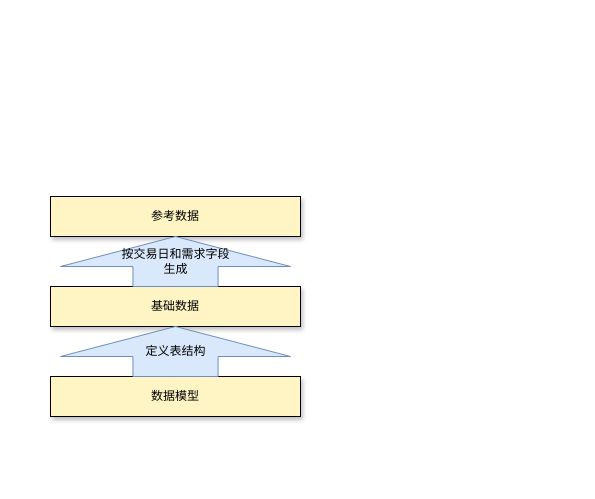
The draw.io diagram page "Param Center-1" (7 of 8) of 交易系统升级流图 (2).drawio in gotrade/gotrade, before the edit. Source tidied: cells renumbered, new cells numbered last; positions are measured from the earlier drawing's top-left corner, leaving out a move shared by most shapes. Both pictures are drawn from the tidied source at 100%, with x=0, y=0 at pixel (50, 196).
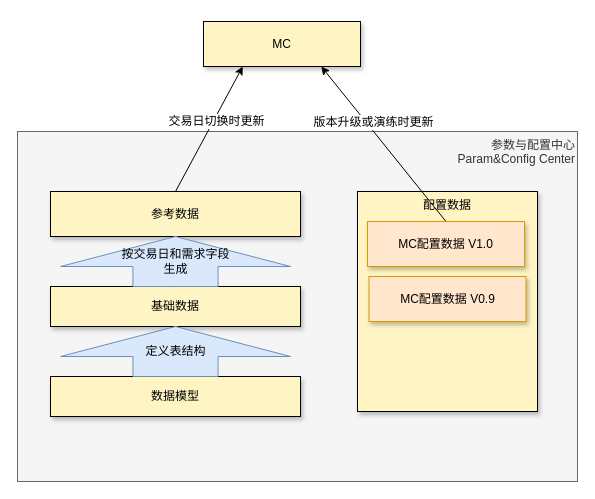
The same page after the edit.

Change to the diagram source:
```diff
@@
 <mxGraphModel>
   <root>
     <mxCell id="0" />
     <mxCell id="1" parent="0" />
+    <mxCell id="7" value="参数与配置中心&lt;br&gt;Param&amp;amp;Config Center" style="rounded=0;whiteSpace=wrap;html=1;fillColor=#f5f5f5;verticalAlign=top;strokeColor=#666666;fontColor=#333333;align=right;" parent="1" vertex="1">
+      <mxGeometry x="-33" y="-65" width="560" height="350" as="geometry" />
+    </mxCell>
     <mxCell id="2" value="数据模型" style="rounded=0;whiteSpace=wrap;html=1;shadow=1;fillColor=#FFF4C3;" parent="1" vertex="1">
       <mxGeometry y="180" width="250" height="40" as="geometry" />
     </mxCell>
     <mxCell id="3" value="基础数据" style="rounded=0;whiteSpace=wrap;html=1;shadow=1;fillColor=#FFF4C3;" parent="1" vertex="1">
       <mxGeometry y="90" width="250" height="40" as="geometry" />
     </mxCell>
     <mxCell id="4" value="定义表结构" style="html=1;shadow=0;dashed=0;align=center;verticalAlign=middle;shape=mxgraph.arrows2.arrow;dy=0.63;dx=30;direction=north;notch=0;fillColor=#dae8fc;strokeColor=#6c8ebf;" parent="1" vertex="1">
       <mxGeometry x="10" y="130" width="230" height="50" as="geometry" />
     </mxCell>
+    <mxCell id="8" style="edgeStyle=none;rounded=0;jettySize=auto;html=1;exitX=0.5;exitY=0;exitDx=0;exitDy=0;entryX=0.25;entryY=1;entryDx=0;entryDy=0;endArrow=classic;endFill=1;" parent="1" edge="1" source="5" target="15">
+      <mxGeometry relative="1" as="geometry" />
+    </mxCell>
+    <mxCell id="9" value="交易日切换时更新" style="text;html=1;align=center;verticalAlign=middle;labelBackgroundColor=#ffffff;" parent="8" vertex="1">
+      <mxGeometry x="0.31" y="-2" relative="1" as="geometry">
+        <mxPoint x="-5" y="10.5" as="offset" />
+      </mxGeometry>
+    </mxCell>
-    <mxCell id="5" value="参考数据" style="rounded=0;whiteSpace=wrap;html=1;shadow=1;fillColor=#FFF4C3;" parent="1" vertex="1">
-      <mxGeometry width="250" height="40" as="geometry" />
+    <mxCell id="5" value="参考数据" style="rounded=0;whiteSpace=wrap;html=1;shadow=1;fillColor=#FFF4C3;verticalAlign=middle;" parent="1" vertex="1">
+      <mxGeometry y="-5" width="250" height="45" as="geometry" />
     </mxCell>
     <mxCell id="6" value="按交易日和需求字段&lt;br&gt;生成" style="html=1;shadow=0;dashed=0;align=center;verticalAlign=middle;shape=mxgraph.arrows2.arrow;dy=0.63;dx=30;direction=north;notch=0;fillColor=#dae8fc;strokeColor=#6c8ebf;" parent="1" vertex="1">
       <mxGeometry x="10" y="40" width="230" height="50" as="geometry" />
     </mxCell>
+    <mxCell id="10" value="配置数据" style="rounded=0;whiteSpace=wrap;html=1;shadow=1;fillColor=#FFF4C3;verticalAlign=top;" parent="1" vertex="1">
+      <mxGeometry x="307" y="-5" width="180" height="220" as="geometry" />
+    </mxCell>
+    <mxCell id="11" style="edgeStyle=none;rounded=0;jettySize=auto;html=1;exitX=0.5;exitY=0;exitDx=0;exitDy=0;entryX=0.75;entryY=1;entryDx=0;entryDy=0;endArrow=classic;endFill=1;" parent="1" edge="1" source="13" target="15">
+      <mxGeometry relative="1" as="geometry" />
+    </mxCell>
+    <mxCell id="12" value="版本升级或演练时更新" style="text;html=1;align=center;verticalAlign=middle;labelBackgroundColor=#ffffff;" parent="11" vertex="1">
+      <mxGeometry x="0.58" relative="1" as="geometry">
+        <mxPoint x="25.5" y="23" as="offset" />
+      </mxGeometry>
+    </mxCell>
+    <mxCell id="13" value="MC配置数据 V1.0" style="rounded=0;whiteSpace=wrap;html=1;shadow=1;fillColor=#ffe6cc;verticalAlign=middle;strokeColor=#d79b00;" parent="1" vertex="1">
+      <mxGeometry x="317" y="25" width="157" height="45" as="geometry" />
+    </mxCell>
+    <mxCell id="14" value="MC配置数据 V0.9" style="rounded=0;whiteSpace=wrap;html=1;shadow=1;fillColor=#ffe6cc;verticalAlign=middle;strokeColor=#d79b00;" parent="1" vertex="1">
+      <mxGeometry x="318.5" y="80" width="157" height="45" as="geometry" />
+    </mxCell>
+    <mxCell id="15" value="MC" style="rounded=0;whiteSpace=wrap;html=1;shadow=1;fillColor=#FFF4C3;verticalAlign=middle;" parent="1" vertex="1">
+      <mxGeometry x="153" y="-175" width="157" height="45" as="geometry" />
+    </mxCell>
   </root>
 </mxGraphModel>
```
